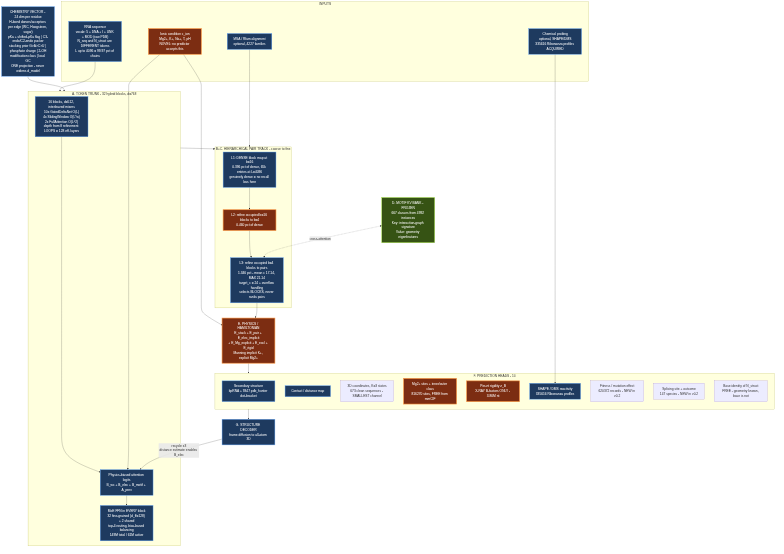
E-Motioner-X-SBS/sbs-rna keeps this Mermaid diagram as research/architecture/diagrams/rendered/01-system-overview.png. Above is the earlier version. Its source is kept beside it as research/architecture/diagrams/01-system-overview.mmd.
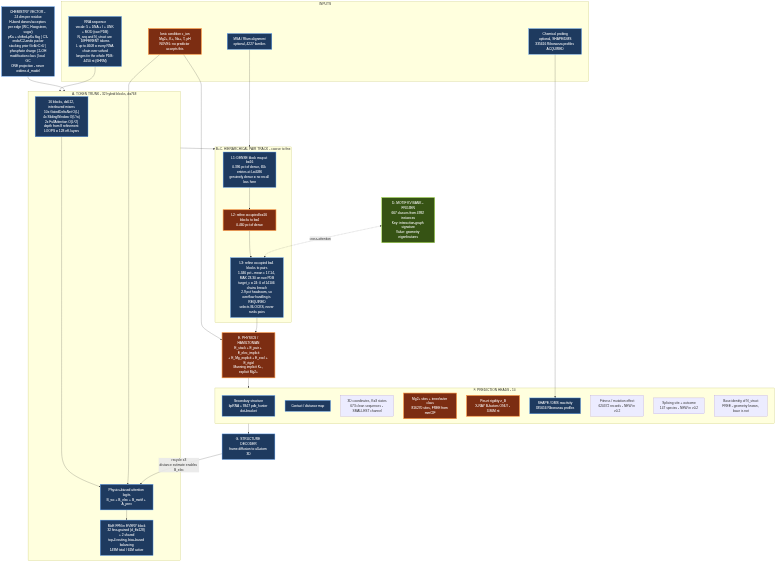
After the commit.

Diff of the diagram source:
```diff
@@ -1,6 +1,6 @@
 graph TB
     subgraph INPUTS["INPUTS"]
-        SEQ["RNA sequence<br/>vocab: 5 + DNA + I + UNK + MOD (raw PDB)<br/>N_seq and N_struct are DIFFERENT tokens<br/>L up to 4096 = 99.97 pct of chains"]
+        SEQ["RNA sequence<br/>vocab: 5 + DNA + I + UNK + MOD (raw PDB)<br/>N_seq and N_struct are DIFFERENT tokens<br/>L up to 4608 = every RNA chain ever solved<br/>longest in the whole PDB: 4450 nt (6HRM)"]
         ION["Ionic condition c_ion<br/>Mg2+, K+, Na+, T, pH<br/>NOVEL: no predictor accepts this"]
         MSA["MSA / Rfam alignment<br/>optional, 4227 families"]
         PROBE["Chemical probing<br/>optional, SHAPE/DMS<br/>335616 Ribonanza profiles ACQUIRED"]
@@ -16,7 +16,7 @@
     subgraph PAIR["B+C. HIERARCHICAL PAIR TRACK - coarse to fine"]
         PROP["L1: DENSE block map at b=16<br/>0.396 pct of dense, 65k entries at L=4096<br/>genuinely dense = no recall loss here"]
         SEL["L2: refine occupied b=16 blocks to b=4<br/>0.460 pct of dense"]
-        TRI["L3: refine occupied b=4 blocks to pairs<br/>1.346 pct - mean c 17.14, MAX 21.14<br/>target_c = 24 + overflow handling<br/>selects BLOCKS, never ranks pairs"]
+        TRI["L3: refine occupied b=4 blocks to pairs<br/>1.346 pct - mean c 17.14, MAX 23.30 on raw PDB<br/>target_c = 24: 0 of 14106 chains breach<br/>2.9 pct headroom, so overflow handling is REQUIRED<br/>selects BLOCKS, never ranks pairs"]
         PROP --> SEL --> TRI
     end
 
```
